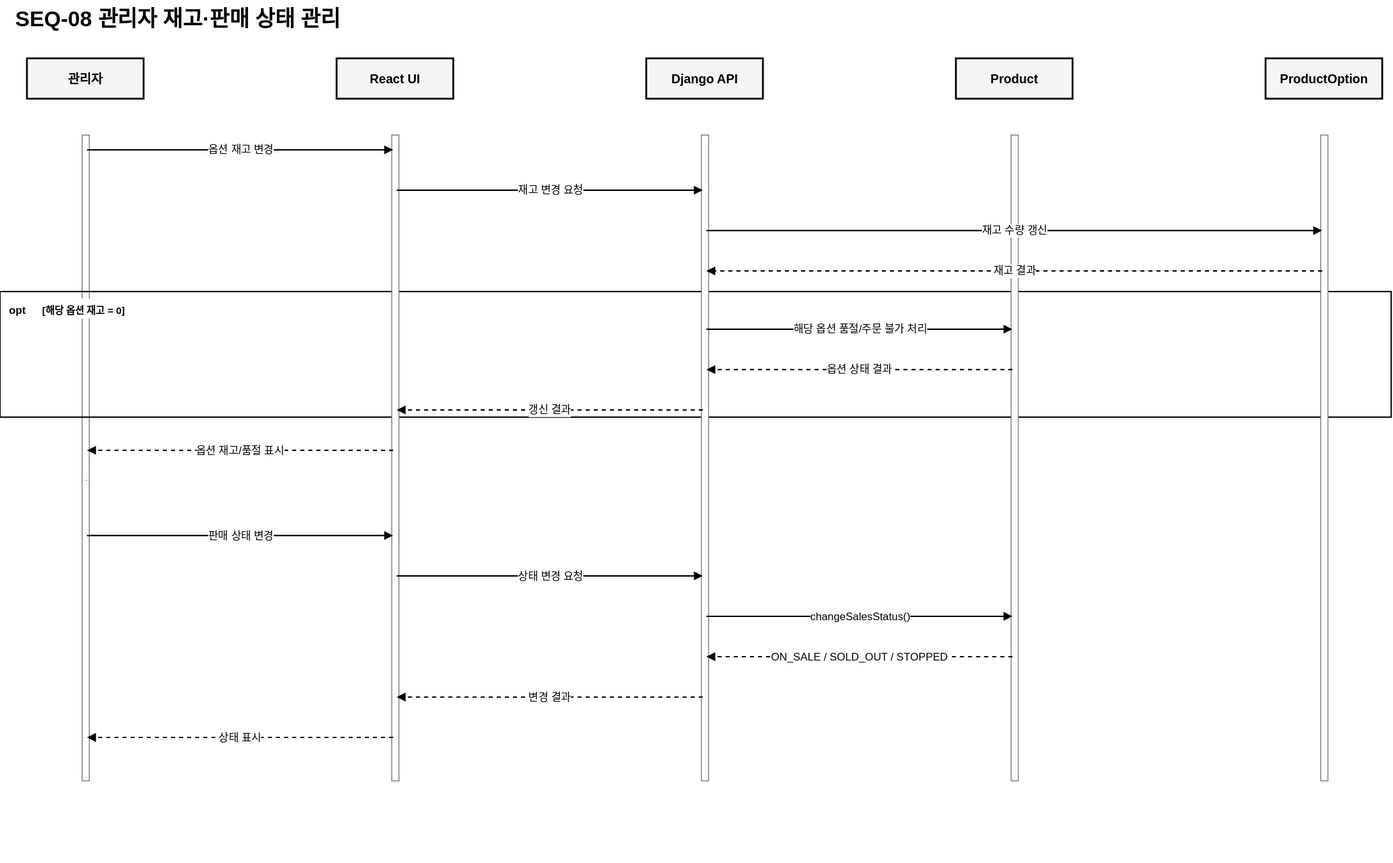
seren-wib/coffee-shop keeps this draw.io diagram as docs/frontend/sequence-diagrams/sequence-diagram-seq-08.drawio.svg. Above is the earlier version. Source tidied: cells renumbered, new cells last; positions are measured from the earlier drawing's top-left corner, leaving out a move shared by most shapes. Source of this version:
```xml
<mxGraphModel>
  <root>
    <mxCell id="0" />
    <mxCell id="1" parent="0" />
    <mxCell id="2" style="rounded=0;html=1;strokeColor=#777777;fillColor=#ffffff;" parent="1" vertex="1">
      <mxGeometry x="91" y="150" width="8" height="720" as="geometry" />
    </mxCell>
    <mxCell id="3" value="SEQ-08 관리자 재고·판매 상태 관리" style="text;html=1;strokeColor=none;fillColor=none;fontSize=24;fontStyle=1;" parent="1" vertex="1">
      <mxGeometry x="15" width="1450" height="40" as="geometry" />
    </mxCell>
    <mxCell id="4" value="opt" style="rounded=0;whiteSpace=wrap;html=1;strokeWidth=1.5;fillColor=none;fontSize=12;fontStyle=1;align=left;verticalAlign=top;spacingTop=7;spacingLeft=8;" parent="1" vertex="1">
      <mxGeometry y="325" width="1550" height="140" as="geometry" />
    </mxCell>
    <mxCell id="5" value="[해당 옵션 재고 = 0]" style="text;html=1;strokeColor=none;fillColor=#ffffff;fontSize=11;fontStyle=1;align=left;" parent="1" vertex="1">
      <mxGeometry x="45" y="333" width="260" height="22" as="geometry" />
    </mxCell>
    <mxCell id="6" value="관리자" style="rounded=0;whiteSpace=wrap;html=1;strokeWidth=2;fillColor=#f5f5f5;fontStyle=1;fontSize=14;" parent="1" vertex="1">
      <mxGeometry x="30" y="65" width="130" height="45" as="geometry" />
    </mxCell>
    <mxCell id="7" style="shape=line;html=1;strokeWidth=1.2;dashed=1;strokeColor=#777777;" parent="1" vertex="1">
      <mxGeometry x="95" y="110" width="1" height="850" as="geometry" />
    </mxCell>
    <mxCell id="8" value="React UI" style="rounded=0;whiteSpace=wrap;html=1;strokeWidth=2;fillColor=#f5f5f5;fontStyle=1;fontSize=14;" parent="1" vertex="1">
      <mxGeometry x="375" y="65" width="130" height="45" as="geometry" />
    </mxCell>
    <mxCell id="9" style="shape=line;html=1;strokeWidth=1.2;dashed=1;strokeColor=#777777;" parent="1" vertex="1">
      <mxGeometry x="440" y="110" width="1" height="850" as="geometry" />
    </mxCell>
    <mxCell id="10" style="rounded=0;html=1;strokeColor=#777777;fillColor=#ffffff;" parent="1" vertex="1">
      <mxGeometry x="436" y="150" width="8" height="720" as="geometry" />
    </mxCell>
    <mxCell id="11" value="Django API" style="rounded=0;whiteSpace=wrap;html=1;strokeWidth=2;fillColor=#f5f5f5;fontStyle=1;fontSize=14;" parent="1" vertex="1">
      <mxGeometry x="720" y="65" width="130" height="45" as="geometry" />
    </mxCell>
    <mxCell id="12" style="shape=line;html=1;strokeWidth=1.2;dashed=1;strokeColor=#777777;" parent="1" vertex="1">
      <mxGeometry x="785" y="110" width="1" height="850" as="geometry" />
    </mxCell>
    <mxCell id="13" style="rounded=0;html=1;strokeColor=#777777;fillColor=#ffffff;" parent="1" vertex="1">
      <mxGeometry x="781" y="150" width="8" height="720" as="geometry" />
    </mxCell>
    <mxCell id="14" value="Product" style="rounded=0;whiteSpace=wrap;html=1;strokeWidth=2;fillColor=#f5f5f5;fontStyle=1;fontSize=14;" parent="1" vertex="1">
      <mxGeometry x="1065" y="65" width="130" height="45" as="geometry" />
    </mxCell>
    <mxCell id="15" style="shape=line;html=1;strokeWidth=1.2;dashed=1;strokeColor=#777777;" parent="1" vertex="1">
      <mxGeometry x="1130" y="110" width="1" height="850" as="geometry" />
    </mxCell>
    <mxCell id="16" style="rounded=0;html=1;strokeColor=#777777;fillColor=#ffffff;" parent="1" vertex="1">
      <mxGeometry x="1126" y="150" width="8" height="720" as="geometry" />
    </mxCell>
    <mxCell id="17" value="ProductOption" style="rounded=0;whiteSpace=wrap;html=1;strokeWidth=2;fillColor=#f5f5f5;fontStyle=1;fontSize=14;" parent="1" vertex="1">
      <mxGeometry x="1410" y="65" width="130" height="45" as="geometry" />
    </mxCell>
    <mxCell id="18" style="shape=line;html=1;strokeWidth=1.2;dashed=1;strokeColor=#777777;" parent="1" vertex="1">
      <mxGeometry x="1475" y="110" width="1" height="850" as="geometry" />
    </mxCell>
    <mxCell id="19" style="rounded=0;html=1;strokeColor=#777777;fillColor=#ffffff;" parent="1" vertex="1">
      <mxGeometry x="1471" y="150" width="8" height="720" as="geometry" />
    </mxCell>
    <mxCell id="20" style="ellipse;html=1;strokeColor=none;fillColor=none;" parent="1" vertex="1">
      <mxGeometry x="93" y="165" width="4" height="4" as="geometry" />
    </mxCell>
    <mxCell id="21" style="ellipse;html=1;strokeColor=none;fillColor=none;" parent="1" vertex="1">
      <mxGeometry x="438" y="165" width="4" height="4" as="geometry" />
    </mxCell>
    <mxCell id="22" value="옵션 재고 변경" style="edgeStyle=none;html=1;endArrow=block;endFill=1;strokeWidth=1.5;fontSize=12;labelBackgroundColor=#ffffff;" parent="1" edge="1" source="20" target="21">
      <mxGeometry relative="1" as="geometry" />
    </mxCell>
    <mxCell id="23" style="ellipse;html=1;strokeColor=none;fillColor=none;" parent="1" vertex="1">
      <mxGeometry x="438" y="210" width="4" height="4" as="geometry" />
    </mxCell>
    <mxCell id="24" style="ellipse;html=1;strokeColor=none;fillColor=none;" parent="1" vertex="1">
      <mxGeometry x="783" y="210" width="4" height="4" as="geometry" />
    </mxCell>
    <mxCell id="25" value="재고 변경 요청" style="edgeStyle=none;html=1;endArrow=block;endFill=1;strokeWidth=1.5;fontSize=12;labelBackgroundColor=#ffffff;" parent="1" edge="1" source="23" target="24">
      <mxGeometry relative="1" as="geometry" />
    </mxCell>
    <mxCell id="26" style="ellipse;html=1;strokeColor=none;fillColor=none;" parent="1" vertex="1">
      <mxGeometry x="783" y="255" width="4" height="4" as="geometry" />
    </mxCell>
    <mxCell id="27" style="ellipse;html=1;strokeColor=none;fillColor=none;" parent="1" vertex="1">
      <mxGeometry x="1473" y="255" width="4" height="4" as="geometry" />
    </mxCell>
    <mxCell id="28" value="재고 수량 갱신" style="edgeStyle=none;html=1;endArrow=block;endFill=1;strokeWidth=1.5;fontSize=12;labelBackgroundColor=#ffffff;" parent="1" edge="1" source="26" target="27">
      <mxGeometry relative="1" as="geometry" />
    </mxCell>
    <mxCell id="29" style="ellipse;html=1;strokeColor=none;fillColor=none;" parent="1" vertex="1">
      <mxGeometry x="1473" y="300" width="4" height="4" as="geometry" />
    </mxCell>
    <mxCell id="30" style="ellipse;html=1;strokeColor=none;fillColor=none;" parent="1" vertex="1">
      <mxGeometry x="783" y="300" width="4" height="4" as="geometry" />
    </mxCell>
    <mxCell id="31" value="재고 결과" style="edgeStyle=none;html=1;endArrow=block;endFill=1;strokeWidth=1.5;fontSize=12;labelBackgroundColor=#ffffff;dashed=1;" parent="1" edge="1" source="29" target="30">
      <mxGeometry relative="1" as="geometry" />
    </mxCell>
    <mxCell id="32" style="ellipse;html=1;strokeColor=none;fillColor=none;" parent="1" vertex="1">
      <mxGeometry x="783" y="365" width="4" height="4" as="geometry" />
    </mxCell>
    <mxCell id="33" style="ellipse;html=1;strokeColor=none;fillColor=none;" parent="1" vertex="1">
      <mxGeometry x="1128" y="365" width="4" height="4" as="geometry" />
    </mxCell>
    <mxCell id="34" value="해당 옵션 품절/주문 불가 처리" style="edgeStyle=none;html=1;endArrow=block;endFill=1;strokeWidth=1.5;fontSize=12;labelBackgroundColor=#ffffff;" parent="1" edge="1" source="32" target="33">
      <mxGeometry relative="1" as="geometry" />
    </mxCell>
    <mxCell id="35" style="ellipse;html=1;strokeColor=none;fillColor=none;" parent="1" vertex="1">
      <mxGeometry x="1128" y="410" width="4" height="4" as="geometry" />
    </mxCell>
    <mxCell id="36" style="ellipse;html=1;strokeColor=none;fillColor=none;" parent="1" vertex="1">
      <mxGeometry x="783" y="410" width="4" height="4" as="geometry" />
    </mxCell>
    <mxCell id="37" value="옵션 상태 결과" style="edgeStyle=none;html=1;endArrow=block;endFill=1;strokeWidth=1.5;fontSize=12;labelBackgroundColor=#ffffff;dashed=1;" parent="1" edge="1" source="35" target="36">
      <mxGeometry relative="1" as="geometry" />
    </mxCell>
    <mxCell id="38" style="ellipse;html=1;strokeColor=none;fillColor=none;" parent="1" vertex="1">
      <mxGeometry x="783" y="455" width="4" height="4" as="geometry" />
    </mxCell>
    <mxCell id="39" style="ellipse;html=1;strokeColor=none;fillColor=none;" parent="1" vertex="1">
      <mxGeometry x="438" y="455" width="4" height="4" as="geometry" />
    </mxCell>
    <mxCell id="40" value="갱신 결과" style="edgeStyle=none;html=1;endArrow=block;endFill=1;strokeWidth=1.5;fontSize=12;labelBackgroundColor=#ffffff;dashed=1;" parent="1" edge="1" source="38" target="39">
      <mxGeometry relative="1" as="geometry" />
    </mxCell>
    <mxCell id="41" style="ellipse;html=1;strokeColor=none;fillColor=none;" parent="1" vertex="1">
      <mxGeometry x="438" y="500" width="4" height="4" as="geometry" />
    </mxCell>
    <mxCell id="42" style="ellipse;html=1;strokeColor=none;fillColor=none;" parent="1" vertex="1">
      <mxGeometry x="93" y="500" width="4" height="4" as="geometry" />
    </mxCell>
    <mxCell id="43" value="옵션 재고/품절 표시" style="edgeStyle=none;html=1;endArrow=block;endFill=1;strokeWidth=1.5;fontSize=12;labelBackgroundColor=#ffffff;dashed=1;" parent="1" edge="1" source="41" target="42">
      <mxGeometry relative="1" as="geometry" />
    </mxCell>
    <mxCell id="44" style="ellipse;html=1;strokeColor=none;fillColor=none;" parent="1" vertex="1">
      <mxGeometry x="93" y="595" width="4" height="4" as="geometry" />
    </mxCell>
    <mxCell id="45" style="ellipse;html=1;strokeColor=none;fillColor=none;" parent="1" vertex="1">
      <mxGeometry x="438" y="595" width="4" height="4" as="geometry" />
    </mxCell>
    <mxCell id="46" value="판매 상태 변경" style="edgeStyle=none;html=1;endArrow=block;endFill=1;strokeWidth=1.5;fontSize=12;labelBackgroundColor=#ffffff;" parent="1" edge="1" source="44" target="45">
      <mxGeometry relative="1" as="geometry" />
    </mxCell>
    <mxCell id="47" style="ellipse;html=1;strokeColor=none;fillColor=none;" parent="1" vertex="1">
      <mxGeometry x="438" y="640" width="4" height="4" as="geometry" />
    </mxCell>
    <mxCell id="48" style="ellipse;html=1;strokeColor=none;fillColor=none;" parent="1" vertex="1">
      <mxGeometry x="783" y="640" width="4" height="4" as="geometry" />
    </mxCell>
    <mxCell id="49" value="상태 변경 요청" style="edgeStyle=none;html=1;endArrow=block;endFill=1;strokeWidth=1.5;fontSize=12;labelBackgroundColor=#ffffff;" parent="1" edge="1" source="47" target="48">
      <mxGeometry relative="1" as="geometry" />
    </mxCell>
    <mxCell id="50" style="ellipse;html=1;strokeColor=none;fillColor=none;" parent="1" vertex="1">
      <mxGeometry x="783" y="685" width="4" height="4" as="geometry" />
    </mxCell>
    <mxCell id="51" style="ellipse;html=1;strokeColor=none;fillColor=none;" parent="1" vertex="1">
      <mxGeometry x="1128" y="685" width="4" height="4" as="geometry" />
    </mxCell>
    <mxCell id="52" value="changeSalesStatus()" style="edgeStyle=none;html=1;endArrow=block;endFill=1;strokeWidth=1.5;fontSize=12;labelBackgroundColor=#ffffff;" parent="1" edge="1" source="50" target="51">
      <mxGeometry relative="1" as="geometry" />
    </mxCell>
    <mxCell id="53" style="ellipse;html=1;strokeColor=none;fillColor=none;" parent="1" vertex="1">
      <mxGeometry x="1128" y="730" width="4" height="4" as="geometry" />
    </mxCell>
    <mxCell id="54" style="ellipse;html=1;strokeColor=none;fillColor=none;" parent="1" vertex="1">
      <mxGeometry x="783" y="730" width="4" height="4" as="geometry" />
    </mxCell>
    <mxCell id="55" value="ON_SALE / SOLD_OUT / STOPPED" style="edgeStyle=none;html=1;endArrow=block;endFill=1;strokeWidth=1.5;fontSize=12;labelBackgroundColor=#ffffff;dashed=1;" parent="1" edge="1" source="53" target="54">
      <mxGeometry relative="1" as="geometry" />
    </mxCell>
    <mxCell id="56" style="ellipse;html=1;strokeColor=none;fillColor=none;" parent="1" vertex="1">
      <mxGeometry x="783" y="775" width="4" height="4" as="geometry" />
    </mxCell>
    <mxCell id="57" style="ellipse;html=1;strokeColor=none;fillColor=none;" parent="1" vertex="1">
      <mxGeometry x="438" y="775" width="4" height="4" as="geometry" />
    </mxCell>
    <mxCell id="58" value="변경 결과" style="edgeStyle=none;html=1;endArrow=block;endFill=1;strokeWidth=1.5;fontSize=12;labelBackgroundColor=#ffffff;dashed=1;" parent="1" edge="1" source="56" target="57">
      <mxGeometry relative="1" as="geometry" />
    </mxCell>
    <mxCell id="59" style="ellipse;html=1;strokeColor=none;fillColor=none;" parent="1" vertex="1">
      <mxGeometry x="438" y="820" width="4" height="4" as="geometry" />
    </mxCell>
    <mxCell id="60" style="ellipse;html=1;strokeColor=none;fillColor=none;" parent="1" vertex="1">
      <mxGeometry x="93" y="820" width="4" height="4" as="geometry" />
    </mxCell>
    <mxCell id="61" value="상태 표시" style="edgeStyle=none;html=1;endArrow=block;endFill=1;strokeWidth=1.5;fontSize=12;labelBackgroundColor=#ffffff;dashed=1;" parent="1" edge="1" source="59" target="60">
      <mxGeometry relative="1" as="geometry" />
    </mxCell>
  </root>
</mxGraphModel>
```
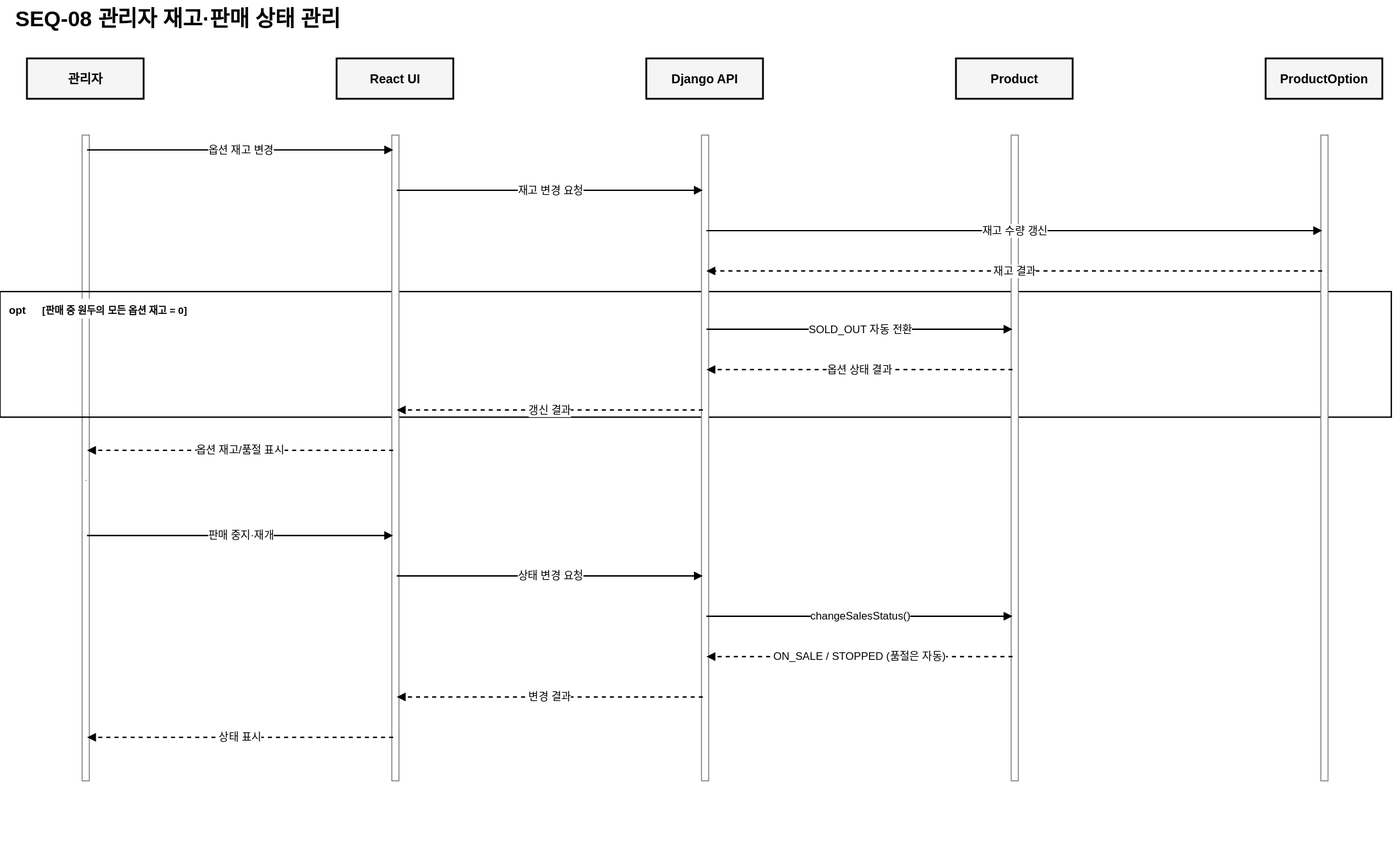
After the change.

Change to the diagram source:
```diff
@@ -11,7 +11,7 @@
     <mxCell id="4" value="opt" style="rounded=0;whiteSpace=wrap;html=1;strokeWidth=1.5;fillColor=none;fontSize=12;fontStyle=1;align=left;verticalAlign=top;spacingTop=7;spacingLeft=8;" parent="1" vertex="1">
       <mxGeometry y="325" width="1550" height="140" as="geometry" />
     </mxCell>
-    <mxCell id="5" value="[해당 옵션 재고 = 0]" style="text;html=1;strokeColor=none;fillColor=#ffffff;fontSize=11;fontStyle=1;align=left;" parent="1" vertex="1">
+    <mxCell id="5" value="[판매 중 원두의 모든 옵션 재고 = 0]" style="text;html=1;strokeColor=none;fillColor=#ffffff;fontSize=11;fontStyle=1;align=left;" parent="1" vertex="1">
       <mxGeometry x="45" y="333" width="260" height="22" as="geometry" />
     </mxCell>
     <mxCell id="6" value="관리자" style="rounded=0;whiteSpace=wrap;html=1;strokeWidth=2;fillColor=#f5f5f5;fontStyle=1;fontSize=14;" parent="1" vertex="1">
@@ -98,7 +98,7 @@
     <mxCell id="33" style="ellipse;html=1;strokeColor=none;fillColor=none;" parent="1" vertex="1">
       <mxGeometry x="1128" y="365" width="4" height="4" as="geometry" />
     </mxCell>
-    <mxCell id="34" value="해당 옵션 품절/주문 불가 처리" style="edgeStyle=none;html=1;endArrow=block;endFill=1;strokeWidth=1.5;fontSize=12;labelBackgroundColor=#ffffff;" parent="1" edge="1" source="32" target="33">
+    <mxCell id="34" value="SOLD_OUT 자동 전환" style="edgeStyle=none;html=1;endArrow=block;endFill=1;strokeWidth=1.5;fontSize=12;labelBackgroundColor=#ffffff;" parent="1" edge="1" source="32" target="33">
       <mxGeometry relative="1" as="geometry" />
     </mxCell>
     <mxCell id="35" style="ellipse;html=1;strokeColor=none;fillColor=none;" parent="1" vertex="1">
@@ -134,7 +134,7 @@
     <mxCell id="45" style="ellipse;html=1;strokeColor=none;fillColor=none;" parent="1" vertex="1">
       <mxGeometry x="438" y="595" width="4" height="4" as="geometry" />
     </mxCell>
-    <mxCell id="46" value="판매 상태 변경" style="edgeStyle=none;html=1;endArrow=block;endFill=1;strokeWidth=1.5;fontSize=12;labelBackgroundColor=#ffffff;" parent="1" edge="1" source="44" target="45">
+    <mxCell id="46" value="판매 중지·재개" style="edgeStyle=none;html=1;endArrow=block;endFill=1;strokeWidth=1.5;fontSize=12;labelBackgroundColor=#ffffff;" parent="1" edge="1" source="44" target="45">
       <mxGeometry relative="1" as="geometry" />
     </mxCell>
     <mxCell id="47" style="ellipse;html=1;strokeColor=none;fillColor=none;" parent="1" vertex="1">
@@ -161,7 +161,7 @@
     <mxCell id="54" style="ellipse;html=1;strokeColor=none;fillColor=none;" parent="1" vertex="1">
       <mxGeometry x="783" y="730" width="4" height="4" as="geometry" />
     </mxCell>
-    <mxCell id="55" value="ON_SALE / SOLD_OUT / STOPPED" style="edgeStyle=none;html=1;endArrow=block;endFill=1;strokeWidth=1.5;fontSize=12;labelBackgroundColor=#ffffff;dashed=1;" parent="1" edge="1" source="53" target="54">
+    <mxCell id="55" value="ON_SALE / STOPPED (품절은 자동)" style="edgeStyle=none;html=1;endArrow=block;endFill=1;strokeWidth=1.5;fontSize=12;labelBackgroundColor=#ffffff;dashed=1;" parent="1" edge="1" source="53" target="54">
       <mxGeometry relative="1" as="geometry" />
     </mxCell>
     <mxCell id="56" style="ellipse;html=1;strokeColor=none;fillColor=none;" parent="1" vertex="1">
```
